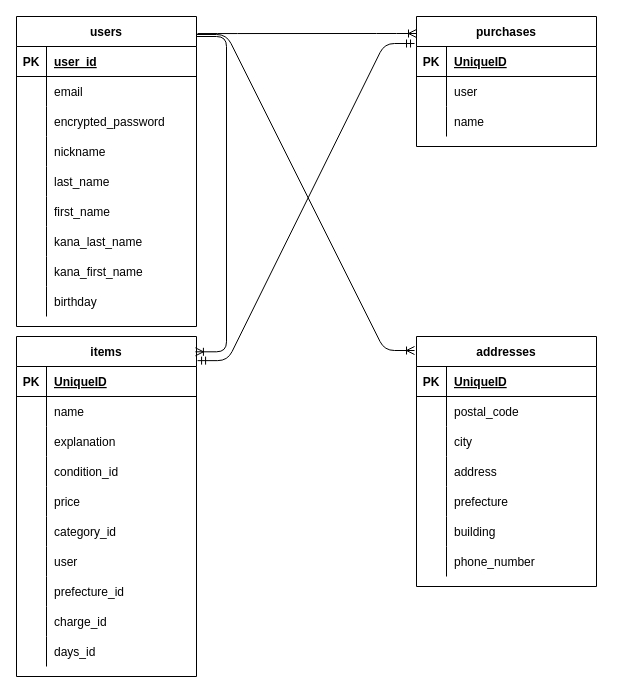
Before: furima.dio in yossy2424/furima-38000, a draw.io diagram. Source tidied: cells renumbered, new cells numbered last; positions are measured from the earlier drawing's top-left corner, leaving out a move shared by most shapes. Both pictures are drawn from the tidied source at 100%, with x=0, y=0 at pixel (16, 16).
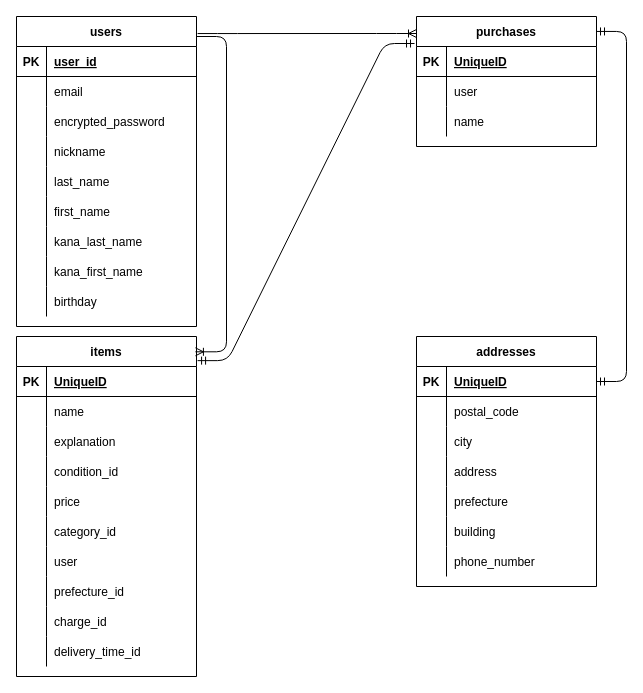
Above is the later version.

Commit message (it also covers changes not shown here):
データベース設計4

Unchanged cells that the change refers to:
```xml
<mxCell id="30" style="shape=partialRectangle;fillColor=none;top=0;left=0;bottom=0;right=0;" parent="2" vertex="1">
  <mxGeometry y="300" width="180" height="30" as="geometry" />
</mxCell>
<mxCell id="33" value="purchases" style="shape=table;startSize=30;childLayout=tableLayout;rowLines=0;fontStyle=1;align=center;" parent="1" vertex="1">
  <mxGeometry x="400" width="180" height="130" as="geometry" />
</mxCell>
<mxCell id="43" value="users" style="shape=table;startSize=30;childLayout=tableLayout;rowLines=0;fontStyle=1;align=center;" parent="1" vertex="1">
  <mxGeometry width="180" height="310" as="geometry" />
</mxCell>
<mxCell id="71" value="addresses" style="shape=table;startSize=30;childLayout=tableLayout;rowLines=0;fontStyle=1;align=center;" parent="1" vertex="1">
  <mxGeometry x="400" y="320" width="180" height="250" as="geometry" />
</mxCell>
<mxCell id="72" style="shape=partialRectangle;fillColor=none;top=0;left=0;bottom=1;right=0;points=[[0,0.5],[1,0.5]];portConstraint=eastwest;" parent="71" vertex="1">
  <mxGeometry y="30" width="180" height="30" as="geometry" />
</mxCell>
```

Diff of the diagram source:
```diff
@@
-    <mxCell id="32" value="days_id" style="shape=partialRectangle;fillColor=none;top=0;left=0;bottom=0;right=0;align=left;spacingLeft=6;overflow=hidden;" parent="30" vertex="1">
+    <mxCell id="32" value="delivery_time_id" style="shape=partialRectangle;fillColor=none;top=0;left=0;bottom=0;right=0;align=left;spacingLeft=6;overflow=hidden;" parent="30" vertex="1">
       <mxGeometry x="30" width="150" height="30" as="geometry" />
     </mxCell>
@@
-    <mxCell id="94" style="edgeStyle=entityRelationEdgeStyle;fontSize=12;html=1;endArrow=ERoneToMany;exitX=1;exitY=0.058;exitDx=0;exitDy=0;exitPerimeter=0;entryX=-0.011;entryY=0.056;entryDx=0;entryDy=0;entryPerimeter=0;" parent="1" edge="1" source="43" target="71">
-      <mxGeometry relative="1" as="geometry" />
-    </mxCell>
@@
+    <mxCell id="97" style="edgeStyle=entityRelationEdgeStyle;fontSize=12;html=1;endArrow=ERmandOne;startArrow=ERmandOne;entryX=1;entryY=0.115;entryDx=0;entryDy=0;entryPerimeter=0;exitX=1;exitY=0.5;exitDx=0;exitDy=0;" parent="1" edge="1" source="72" target="33">
+      <mxGeometry relative="1" as="geometry" />
+    </mxCell>
```
